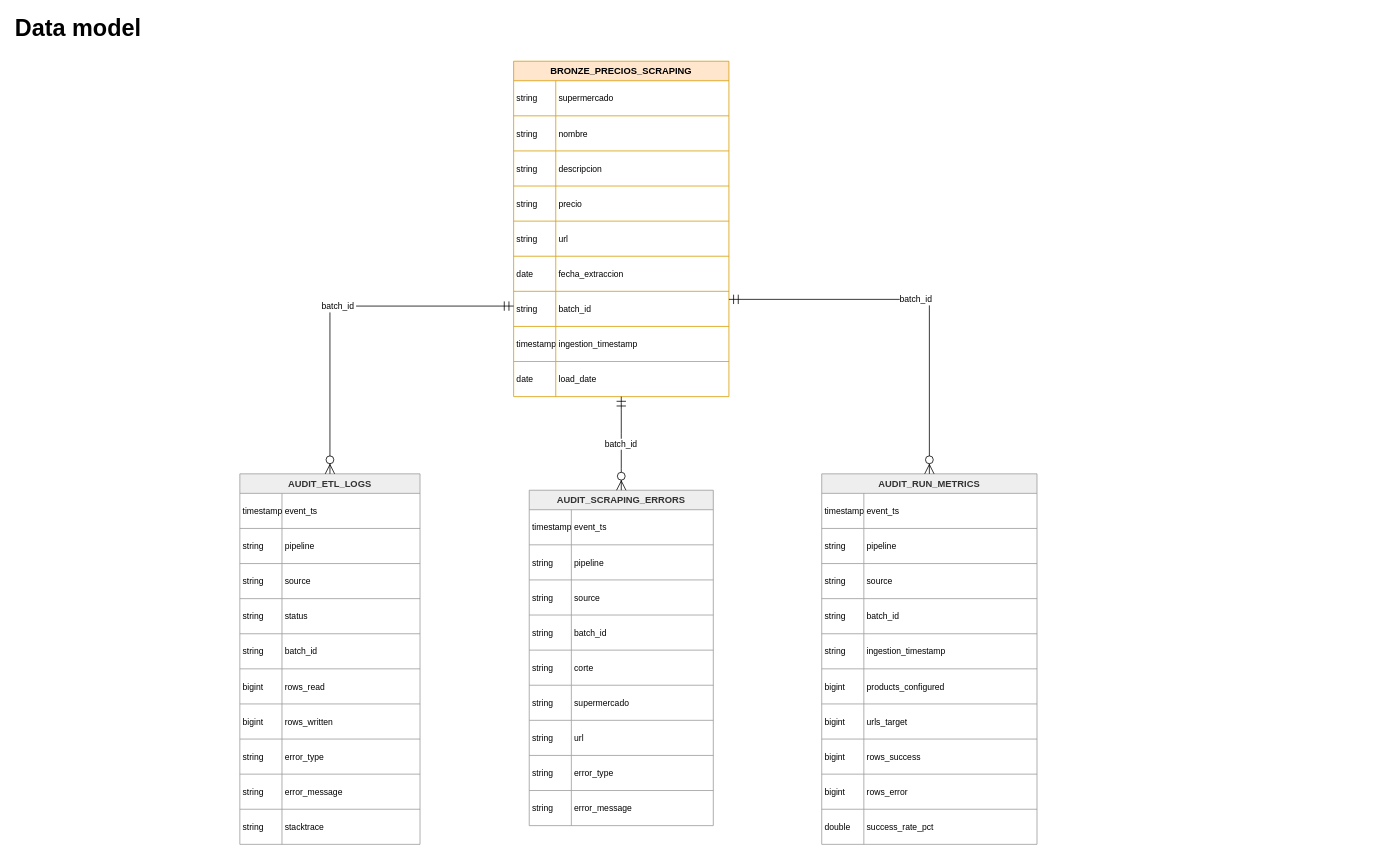
Before: page "Data Model" (3 of 3) of 01-Bronze/scrapper_documentation.drawio in FelipeCarballo1991/Databricks-Scrapping-Market, a draw.io diagram. Source tidied: cells renumbered, new cells numbered last; positions are measured from the earlier drawing's top-left corner, leaving out a move shared by most shapes. Both pictures are drawn from the tidied source at 78%, with x=0, y=0 at pixel (13, 14).
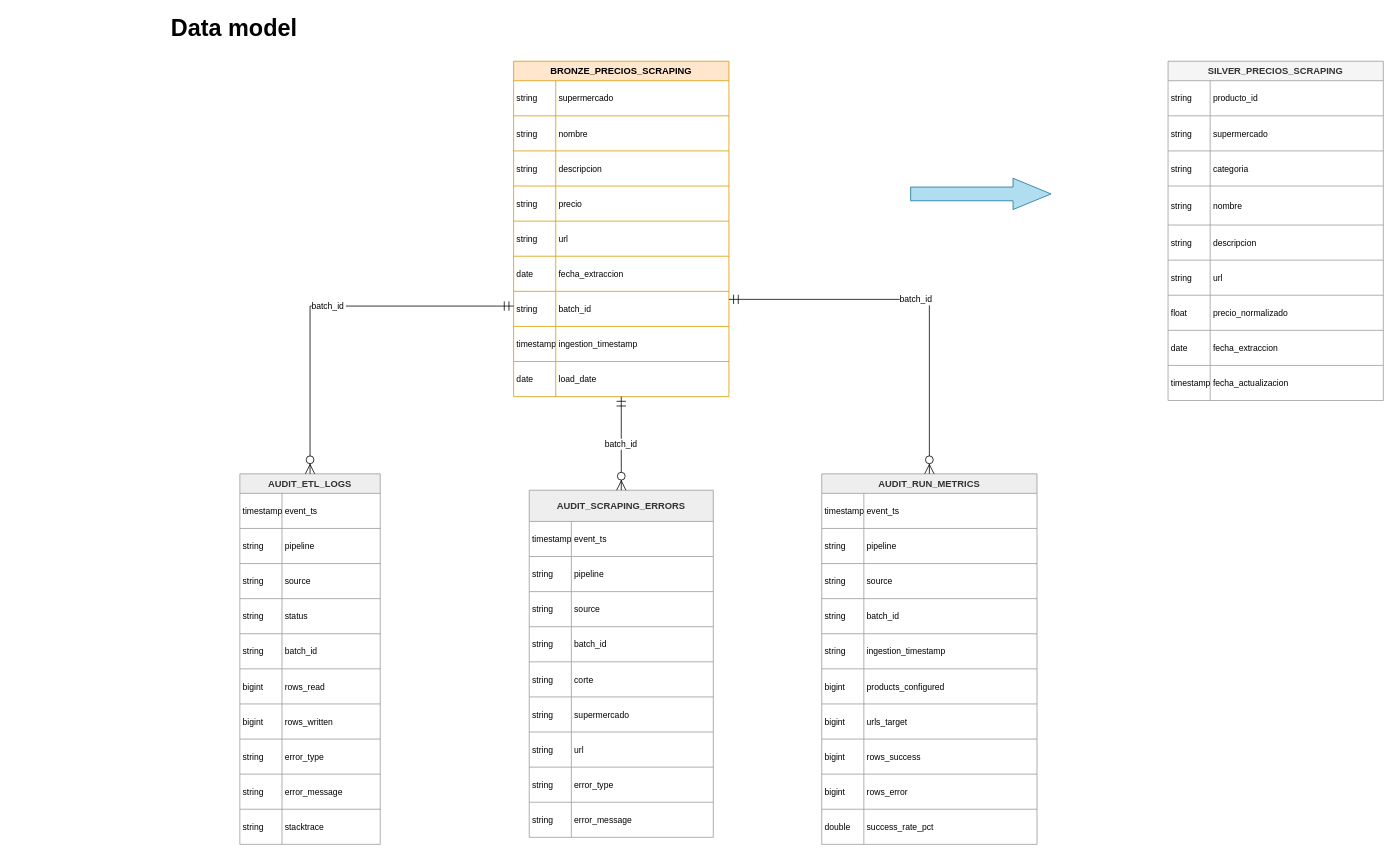
The same diagram, later.

Diff of the diagram source:
```diff
@@
     <mxCell id="30" value="AUDIT_ETL_LOGS" style="shape=table;startSize=25;childLayout=tableLayout;rowLines=1;fontStyle=1;align=center;fillColor=light-dark(#eeeeee,#1f2020);strokeColor=light-dark(#999999,#cccccc);fontColor=light-dark(#333333,#cccccc);" parent="1" vertex="1">
-      <mxGeometry x="290" y="589" width="231" height="475" as="geometry" />
+      <mxGeometry x="290" y="589" width="180" height="475" as="geometry" />
     </mxCell>
     <mxCell id="31" style="shape=tableRow;horizontal=0;startSize=0;swimlaneHead=0;swimlaneBody=0;fillColor=none;top=0;left=0;right=0;bottom=0;" parent="30" vertex="1">
-      <mxGeometry y="25" width="231" height="45" as="geometry" />
+      <mxGeometry y="25" width="180" height="45" as="geometry" />
     </mxCell>
@@
     <mxCell id="33" value="event_ts" style="shape=partialRectangle;fillColor=none;top=0;left=0;bottom=0;right=0;align=left;spacingLeft=2;overflow=hidden;fontSize=11;" parent="31" vertex="1">
-      <mxGeometry x="54" width="177" height="45" as="geometry" />
+      <mxGeometry x="54" width="126" height="45" as="geometry" />
     </mxCell>
     <mxCell id="34" style="shape=tableRow;horizontal=0;startSize=0;swimlaneHead=0;swimlaneBody=0;fillColor=none;top=0;left=0;right=0;bottom=0;" parent="30" vertex="1">
-      <mxGeometry y="70" width="231" height="45" as="geometry" />
+      <mxGeometry y="70" width="180" height="45" as="geometry" />
     </mxCell>
@@
     <mxCell id="36" value="pipeline" style="shape=partialRectangle;fillColor=none;top=0;left=0;bottom=0;right=0;align=left;spacingLeft=2;overflow=hidden;fontSize=11;" parent="34" vertex="1">
-      <mxGeometry x="54" width="177" height="45" as="geometry" />
+      <mxGeometry x="54" width="126" height="45" as="geometry" />
     </mxCell>
     <mxCell id="37" style="shape=tableRow;horizontal=0;startSize=0;swimlaneHead=0;swimlaneBody=0;fillColor=none;top=0;left=0;right=0;bottom=0;" parent="30" vertex="1">
-      <mxGeometry y="115" width="231" height="45" as="geometry" />
+      <mxGeometry y="115" width="180" height="45" as="geometry" />
     </mxCell>
@@
     <mxCell id="39" value="source" style="shape=partialRectangle;fillColor=none;top=0;left=0;bottom=0;right=0;align=left;spacingLeft=2;overflow=hidden;fontSize=11;" parent="37" vertex="1">
-      <mxGeometry x="54" width="177" height="45" as="geometry" />
+      <mxGeometry x="54" width="126" height="45" as="geometry" />
     </mxCell>
     <mxCell id="40" style="shape=tableRow;horizontal=0;startSize=0;swimlaneHead=0;swimlaneBody=0;fillColor=none;top=0;left=0;right=0;bottom=0;" parent="30" vertex="1">
-      <mxGeometry y="160" width="231" height="45" as="geometry" />
+      <mxGeometry y="160" width="180" height="45" as="geometry" />
     </mxCell>
@@
     <mxCell id="42" value="status" style="shape=partialRectangle;fillColor=none;top=0;left=0;bottom=0;right=0;align=left;spacingLeft=2;overflow=hidden;fontSize=11;" parent="40" vertex="1">
-      <mxGeometry x="54" width="177" height="45" as="geometry" />
+      <mxGeometry x="54" width="126" height="45" as="geometry" />
     </mxCell>
     <mxCell id="43" style="shape=tableRow;horizontal=0;startSize=0;swimlaneHead=0;swimlaneBody=0;fillColor=none;top=0;left=0;right=0;bottom=0;" parent="30" vertex="1">
-      <mxGeometry y="205" width="231" height="45" as="geometry" />
+      <mxGeometry y="205" width="180" height="45" as="geometry" />
     </mxCell>
@@
     <mxCell id="45" value="batch_id" style="shape=partialRectangle;fillColor=none;top=0;left=0;bottom=0;right=0;align=left;spacingLeft=2;overflow=hidden;fontSize=11;" parent="43" vertex="1">
-      <mxGeometry x="54" width="177" height="45" as="geometry" />
+      <mxGeometry x="54" width="126" height="45" as="geometry" />
     </mxCell>
     <mxCell id="46" style="shape=tableRow;horizontal=0;startSize=0;swimlaneHead=0;swimlaneBody=0;fillColor=none;top=0;left=0;right=0;bottom=0;" parent="30" vertex="1">
-      <mxGeometry y="250" width="231" height="45" as="geometry" />
+      <mxGeometry y="250" width="180" height="45" as="geometry" />
     </mxCell>
@@
     <mxCell id="48" value="rows_read" style="shape=partialRectangle;fillColor=none;top=0;left=0;bottom=0;right=0;align=left;spacingLeft=2;overflow=hidden;fontSize=11;" parent="46" vertex="1">
-      <mxGeometry x="54" width="177" height="45" as="geometry" />
+      <mxGeometry x="54" width="126" height="45" as="geometry" />
     </mxCell>
     <mxCell id="49" style="shape=tableRow;horizontal=0;startSize=0;swimlaneHead=0;swimlaneBody=0;fillColor=none;top=0;left=0;right=0;bottom=0;" parent="30" vertex="1">
-      <mxGeometry y="295" width="231" height="45" as="geometry" />
+      <mxGeometry y="295" width="180" height="45" as="geometry" />
     </mxCell>
@@
     <mxCell id="51" value="rows_written" style="shape=partialRectangle;fillColor=none;top=0;left=0;bottom=0;right=0;align=left;spacingLeft=2;overflow=hidden;fontSize=11;" parent="49" vertex="1">
-      <mxGeometry x="54" width="177" height="45" as="geometry" />
+      <mxGeometry x="54" width="126" height="45" as="geometry" />
     </mxCell>
     <mxCell id="52" style="shape=tableRow;horizontal=0;startSize=0;swimlaneHead=0;swimlaneBody=0;fillColor=none;top=0;left=0;right=0;bottom=0;" parent="30" vertex="1">
-      <mxGeometry y="340" width="231" height="45" as="geometry" />
+      <mxGeometry y="340" width="180" height="45" as="geometry" />
     </mxCell>
@@
     <mxCell id="54" value="error_type" style="shape=partialRectangle;fillColor=none;top=0;left=0;bottom=0;right=0;align=left;spacingLeft=2;overflow=hidden;fontSize=11;" parent="52" vertex="1">
-      <mxGeometry x="54" width="177" height="45" as="geometry" />
+      <mxGeometry x="54" width="126" height="45" as="geometry" />
     </mxCell>
     <mxCell id="55" style="shape=tableRow;horizontal=0;startSize=0;swimlaneHead=0;swimlaneBody=0;fillColor=none;top=0;left=0;right=0;bottom=0;" parent="30" vertex="1">
-      <mxGeometry y="385" width="231" height="45" as="geometry" />
+      <mxGeometry y="385" width="180" height="45" as="geometry" />
     </mxCell>
@@
     <mxCell id="57" value="error_message" style="shape=partialRectangle;fillColor=none;top=0;left=0;bottom=0;right=0;align=left;spacingLeft=2;overflow=hidden;fontSize=11;" parent="55" vertex="1">
-      <mxGeometry x="54" width="177" height="45" as="geometry" />
+      <mxGeometry x="54" width="126" height="45" as="geometry" />
     </mxCell>
     <mxCell id="58" style="shape=tableRow;horizontal=0;startSize=0;swimlaneHead=0;swimlaneBody=0;fillColor=none;top=0;left=0;right=0;bottom=0;" parent="30" vertex="1">
-      <mxGeometry y="430" width="231" height="45" as="geometry" />
+      <mxGeometry y="430" width="180" height="45" as="geometry" />
     </mxCell>
@@
     <mxCell id="60" value="stacktrace" style="shape=partialRectangle;fillColor=none;top=0;left=0;bottom=0;right=0;align=left;spacingLeft=2;overflow=hidden;fontSize=11;" parent="58" vertex="1">
-      <mxGeometry x="54" width="177" height="45" as="geometry" />
+      <mxGeometry x="54" width="126" height="45" as="geometry" />
     </mxCell>
-    <mxCell id="61" value="AUDIT_SCRAPING_ERRORS" style="shape=table;startSize=25;childLayout=tableLayout;rowLines=1;fontStyle=1;align=center;fillColor=light-dark(#eeeeee,#1f2020);strokeColor=light-dark(#999999,#cccccc);fontColor=light-dark(#333333,#cccccc);" parent="1" vertex="1">
-      <mxGeometry x="661" y="610" width="236" height="430" as="geometry" />
+    <mxCell id="61" value="AUDIT_SCRAPING_ERRORS" style="shape=table;startSize=40;childLayout=tableLayout;rowLines=1;fontStyle=1;align=center;fillColor=light-dark(#eeeeee,#1f2020);strokeColor=light-dark(#999999,#cccccc);fontColor=light-dark(#333333,#cccccc);" parent="1" vertex="1">
+      <mxGeometry x="661" y="610" width="236" height="445" as="geometry" />
     </mxCell>
     <mxCell id="62" style="shape=tableRow;horizontal=0;startSize=0;swimlaneHead=0;swimlaneBody=0;fillColor=none;top=0;left=0;right=0;bottom=0;" parent="61" vertex="1">
-      <mxGeometry y="25" width="236" height="45" as="geometry" />
+      <mxGeometry y="40" width="236" height="45" as="geometry" />
     </mxCell>
@@
     <mxCell id="65" style="shape=tableRow;horizontal=0;startSize=0;swimlaneHead=0;swimlaneBody=0;fillColor=none;top=0;left=0;right=0;bottom=0;" parent="61" vertex="1">
-      <mxGeometry y="70" width="236" height="45" as="geometry" />
+      <mxGeometry y="85" width="236" height="45" as="geometry" />
     </mxCell>
@@
     <mxCell id="68" style="shape=tableRow;horizontal=0;startSize=0;swimlaneHead=0;swimlaneBody=0;fillColor=none;top=0;left=0;right=0;bottom=0;" parent="61" vertex="1">
-      <mxGeometry y="115" width="236" height="45" as="geometry" />
+      <mxGeometry y="130" width="236" height="45" as="geometry" />
     </mxCell>
@@
     <mxCell id="71" style="shape=tableRow;horizontal=0;startSize=0;swimlaneHead=0;swimlaneBody=0;fillColor=none;top=0;left=0;right=0;bottom=0;" parent="61" vertex="1">
-      <mxGeometry y="160" width="236" height="45" as="geometry" />
+      <mxGeometry y="175" width="236" height="45" as="geometry" />
     </mxCell>
@@
     <mxCell id="74" style="shape=tableRow;horizontal=0;startSize=0;swimlaneHead=0;swimlaneBody=0;fillColor=none;top=0;left=0;right=0;bottom=0;" parent="61" vertex="1">
-      <mxGeometry y="205" width="236" height="45" as="geometry" />
+      <mxGeometry y="220" width="236" height="45" as="geometry" />
     </mxCell>
@@
     <mxCell id="77" style="shape=tableRow;horizontal=0;startSize=0;swimlaneHead=0;swimlaneBody=0;fillColor=none;top=0;left=0;right=0;bottom=0;" parent="61" vertex="1">
-      <mxGeometry y="250" width="236" height="45" as="geometry" />
+      <mxGeometry y="265" width="236" height="45" as="geometry" />
     </mxCell>
@@
     <mxCell id="80" style="shape=tableRow;horizontal=0;startSize=0;swimlaneHead=0;swimlaneBody=0;fillColor=none;top=0;left=0;right=0;bottom=0;" parent="61" vertex="1">
-      <mxGeometry y="295" width="236" height="45" as="geometry" />
+      <mxGeometry y="310" width="236" height="45" as="geometry" />
     </mxCell>
@@
     <mxCell id="83" style="shape=tableRow;horizontal=0;startSize=0;swimlaneHead=0;swimlaneBody=0;fillColor=none;top=0;left=0;right=0;bottom=0;" parent="61" vertex="1">
-      <mxGeometry y="340" width="236" height="45" as="geometry" />
+      <mxGeometry y="355" width="236" height="45" as="geometry" />
     </mxCell>
@@
     <mxCell id="86" style="shape=tableRow;horizontal=0;startSize=0;swimlaneHead=0;swimlaneBody=0;fillColor=none;top=0;left=0;right=0;bottom=0;" parent="61" vertex="1">
-      <mxGeometry y="385" width="236" height="45" as="geometry" />
+      <mxGeometry y="400" width="236" height="45" as="geometry" />
     </mxCell>
@@
     <mxCell id="123" value="&lt;font&gt;&lt;b&gt;Data model&lt;/b&gt;&lt;b&gt;&lt;/b&gt;&lt;/font&gt;" style="text;html=1;strokeColor=none;fillColor=none;align=left;verticalAlign=middle;whiteSpace=wrap;rounded=0;fontSize=30;fontFamily=Helvetica;" parent="1" vertex="1">
-      <mxGeometry width="250" height="34" as="geometry" />
+      <mxGeometry x="200" width="250" height="34" as="geometry" />
     </mxCell>
+    <mxCell id="124" value="SILVER_PRECIOS_SCRAPING" style="shape=table;startSize=25;childLayout=tableLayout;rowLines=1;fontStyle=1;align=center;fillColor=#f5f5f5;strokeColor=#9B9B9B;fontColor=#333333;" parent="1" vertex="1">
+      <mxGeometry x="1480" y="60" width="276" height="435" as="geometry" />
+    </mxCell>
+    <mxCell id="125" style="shape=tableRow;horizontal=0;startSize=0;swimlaneHead=0;swimlaneBody=0;fillColor=none;top=0;left=0;right=0;bottom=0;" parent="124" vertex="1">
+      <mxGeometry y="25" width="276" height="45" as="geometry" />
+    </mxCell>
+    <mxCell id="126" value="string" style="shape=partialRectangle;fillColor=none;top=0;left=0;bottom=0;right=0;align=left;spacingLeft=2;overflow=hidden;fontSize=11;" parent="125" vertex="1">
+      <mxGeometry width="54" height="45" as="geometry" />
+    </mxCell>
+    <mxCell id="127" value="producto_id" style="shape=partialRectangle;fillColor=none;top=0;left=0;bottom=0;right=0;align=left;spacingLeft=2;overflow=hidden;fontSize=11;" parent="125" vertex="1">
+      <mxGeometry x="54" width="222" height="45" as="geometry" />
+    </mxCell>
+    <mxCell id="128" style="shape=tableRow;horizontal=0;startSize=0;swimlaneHead=0;swimlaneBody=0;fillColor=none;top=0;left=0;right=0;bottom=0;" parent="124" vertex="1">
+      <mxGeometry y="70" width="276" height="45" as="geometry" />
+    </mxCell>
+    <mxCell id="129" value="string" style="shape=partialRectangle;fillColor=none;top=0;left=0;bottom=0;right=0;align=left;spacingLeft=2;overflow=hidden;fontSize=11;" parent="128" vertex="1">
+      <mxGeometry width="54" height="45" as="geometry" />
+    </mxCell>
+    <mxCell id="130" value="supermercado" style="shape=partialRectangle;fillColor=none;top=0;left=0;bottom=0;right=0;align=left;spacingLeft=2;overflow=hidden;fontSize=11;" parent="128" vertex="1">
+      <mxGeometry x="54" width="222" height="45" as="geometry" />
+    </mxCell>
+    <mxCell id="131" style="shape=tableRow;horizontal=0;startSize=0;swimlaneHead=0;swimlaneBody=0;fillColor=none;top=0;left=0;right=0;bottom=0;" parent="124" vertex="1">
+      <mxGeometry y="115" width="276" height="45" as="geometry" />
+    </mxCell>
+    <mxCell id="132" value="string" style="shape=partialRectangle;fillColor=none;top=0;left=0;bottom=0;right=0;align=left;spacingLeft=2;overflow=hidden;fontSize=11;" parent="131" vertex="1">
+      <mxGeometry width="54" height="45" as="geometry" />
+    </mxCell>
+    <mxCell id="133" value="categoria" style="shape=partialRectangle;fillColor=none;top=0;left=0;bottom=0;right=0;align=left;spacingLeft=2;overflow=hidden;fontSize=11;" parent="131" vertex="1">
+      <mxGeometry x="54" width="222" height="45" as="geometry" />
+    </mxCell>
+    <mxCell id="134" style="shape=tableRow;horizontal=0;startSize=0;swimlaneHead=0;swimlaneBody=0;fillColor=none;top=0;left=0;right=0;bottom=0;" parent="124" vertex="1">
+      <mxGeometry y="160" width="276" height="50" as="geometry" />
+    </mxCell>
+    <mxCell id="135" value="string" style="shape=partialRectangle;fillColor=none;top=0;left=0;bottom=0;right=0;align=left;spacingLeft=2;overflow=hidden;fontSize=11;" parent="134" vertex="1">
+      <mxGeometry width="54" height="50" as="geometry" />
+    </mxCell>
+    <mxCell id="136" value="nombre" style="shape=partialRectangle;fillColor=none;top=0;left=0;bottom=0;right=0;align=left;spacingLeft=2;overflow=hidden;fontSize=11;" parent="134" vertex="1">
+      <mxGeometry x="54" width="222" height="50" as="geometry" />
+    </mxCell>
+    <mxCell id="137" style="shape=tableRow;horizontal=0;startSize=0;swimlaneHead=0;swimlaneBody=0;fillColor=none;top=0;left=0;right=0;bottom=0;" parent="124" vertex="1">
+      <mxGeometry y="210" width="276" height="45" as="geometry" />
+    </mxCell>
+    <mxCell id="138" value="string" style="shape=partialRectangle;fillColor=none;top=0;left=0;bottom=0;right=0;align=left;spacingLeft=2;overflow=hidden;fontSize=11;" parent="137" vertex="1">
+      <mxGeometry width="54" height="45" as="geometry" />
+    </mxCell>
+    <mxCell id="139" value="descripcion" style="shape=partialRectangle;fillColor=none;top=0;left=0;bottom=0;right=0;align=left;spacingLeft=2;overflow=hidden;fontSize=11;" parent="137" vertex="1">
+      <mxGeometry x="54" width="222" height="45" as="geometry" />
+    </mxCell>
+    <mxCell id="140" style="shape=tableRow;horizontal=0;startSize=0;swimlaneHead=0;swimlaneBody=0;fillColor=none;top=0;left=0;right=0;bottom=0;" parent="124" vertex="1">
+      <mxGeometry y="255" width="276" height="45" as="geometry" />
+    </mxCell>
+    <mxCell id="141" value="string" style="shape=partialRectangle;fillColor=none;top=0;left=0;bottom=0;right=0;align=left;spacingLeft=2;overflow=hidden;fontSize=11;" parent="140" vertex="1">
+      <mxGeometry width="54" height="45" as="geometry" />
+    </mxCell>
+    <mxCell id="142" value="url" style="shape=partialRectangle;fillColor=none;top=0;left=0;bottom=0;right=0;align=left;spacingLeft=2;overflow=hidden;fontSize=11;" parent="140" vertex="1">
+      <mxGeometry x="54" width="222" height="45" as="geometry" />
+    </mxCell>
+    <mxCell id="143" style="shape=tableRow;horizontal=0;startSize=0;swimlaneHead=0;swimlaneBody=0;fillColor=none;top=0;left=0;right=0;bottom=0;" parent="124" vertex="1">
+      <mxGeometry y="300" width="276" height="45" as="geometry" />
+    </mxCell>
+    <mxCell id="144" value="float" style="shape=partialRectangle;fillColor=none;top=0;left=0;bottom=0;right=0;align=left;spacingLeft=2;overflow=hidden;fontSize=11;" parent="143" vertex="1">
+      <mxGeometry width="54" height="45" as="geometry" />
+    </mxCell>
+    <mxCell id="145" value="precio_normalizado" style="shape=partialRectangle;fillColor=none;top=0;left=0;bottom=0;right=0;align=left;spacingLeft=2;overflow=hidden;fontSize=11;" parent="143" vertex="1">
+      <mxGeometry x="54" width="222" height="45" as="geometry" />
+    </mxCell>
+    <mxCell id="146" style="shape=tableRow;horizontal=0;startSize=0;swimlaneHead=0;swimlaneBody=0;fillColor=none;top=0;left=0;right=0;bottom=0;" parent="124" vertex="1">
+      <mxGeometry y="345" width="276" height="45" as="geometry" />
+    </mxCell>
+    <mxCell id="147" value="date" style="shape=partialRectangle;fillColor=none;top=0;left=0;bottom=0;right=0;align=left;spacingLeft=2;overflow=hidden;fontSize=11;" parent="146" vertex="1">
+      <mxGeometry width="54" height="45" as="geometry" />
+    </mxCell>
+    <mxCell id="148" value="fecha_extraccion" style="shape=partialRectangle;fillColor=none;top=0;left=0;bottom=0;right=0;align=left;spacingLeft=2;overflow=hidden;fontSize=11;" parent="146" vertex="1">
+      <mxGeometry x="54" width="222" height="45" as="geometry" />
+    </mxCell>
+    <mxCell id="149" style="shape=tableRow;horizontal=0;startSize=0;swimlaneHead=0;swimlaneBody=0;fillColor=none;top=0;left=0;right=0;bottom=0;" parent="124" vertex="1">
+      <mxGeometry y="390" width="276" height="45" as="geometry" />
+    </mxCell>
+    <mxCell id="150" value="timestamp" style="shape=partialRectangle;fillColor=none;top=0;left=0;bottom=0;right=0;align=left;spacingLeft=2;overflow=hidden;fontSize=11;" parent="149" vertex="1">
+      <mxGeometry width="54" height="45" as="geometry" />
+    </mxCell>
+    <mxCell id="151" value="fecha_actualizacion" style="shape=partialRectangle;fillColor=none;top=0;left=0;bottom=0;right=0;align=left;spacingLeft=2;overflow=hidden;fontSize=11;" parent="149" vertex="1">
+      <mxGeometry x="54" width="222" height="45" as="geometry" />
+    </mxCell>
+    <mxCell id="152" style="shape=singleArrow;whiteSpace=wrap;html=1;fillColor=#b1ddf0;strokeColor=#10739e;arrowWidth=0.43796185699909285;arrowSize=0.27089953548693746;" parent="1" vertex="1">
+      <mxGeometry x="1150" y="210" width="180" height="40.2" as="geometry" />
+    </mxCell>
```
